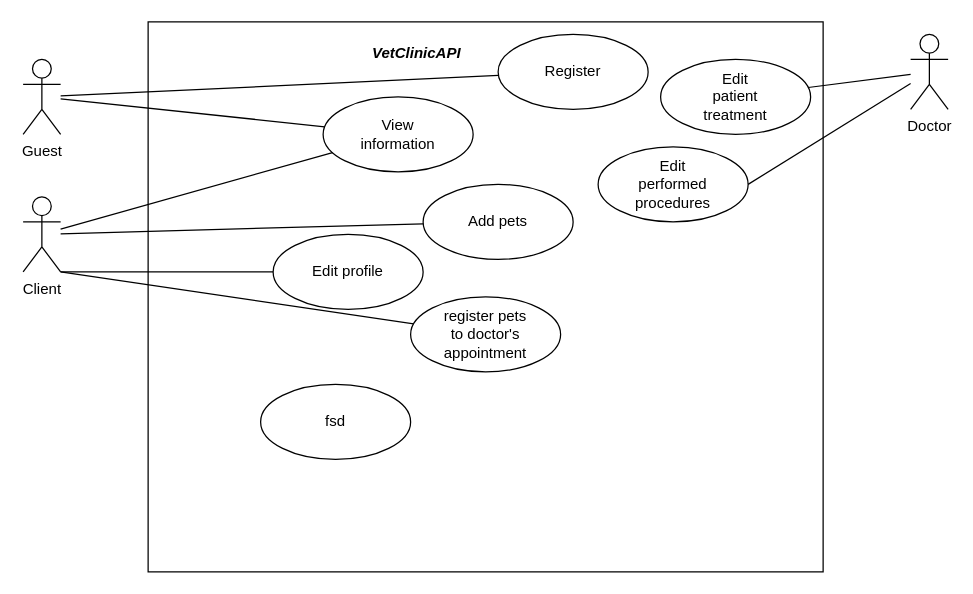
This is UseCases.drawio from TRybina132/vetClinic, a draw.io file, before an edit. Source tidied: cells renumbered, new cells numbered last; positions are measured from the earlier drawing's top-left corner, leaving out a move shared by most shapes. Both pictures are drawn from the tidied source at 125%, with x=0, y=0 at pixel (22, 21).
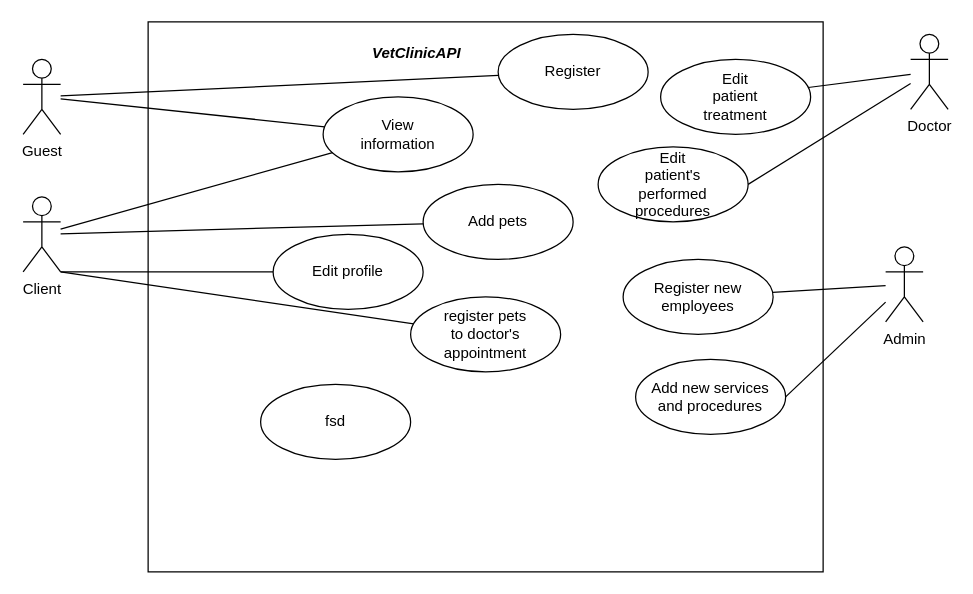
The same diagram, later.

Unchanged cells that the change refers to:
```xml
<mxCell id="34" style="group;" parent="1" vertex="1">
  <mxGeometry x="460" y="100" width="120" height="60" as="geometry" />
</mxCell>
```

The edit, as a diff of the source:
```diff
@@
-    <mxCell id="36" value="Edit performed procedures" style="text;html=1;strokeColor=none;fillColor=none;align=center;verticalAlign=middle;whiteSpace=wrap;rounded=0;" parent="34" vertex="1">
+    <mxCell id="36" value="&lt;div&gt;Edit &lt;br&gt;&lt;/div&gt;&lt;div&gt;patient's&lt;/div&gt;&lt;div&gt;performed procedures&lt;/div&gt;" style="text;html=1;strokeColor=none;fillColor=none;align=center;verticalAlign=middle;whiteSpace=wrap;rounded=0;" parent="34" vertex="1">
       <mxGeometry x="30" y="15" width="60" height="30" as="geometry" />
     </mxCell>
@@
+    <mxCell id="39" value="&lt;div&gt;Register new &lt;br&gt;&lt;/div&gt;&lt;div&gt;employees&lt;br&gt;&lt;/div&gt;" style="ellipse;whiteSpace=wrap;html=1;" parent="1" vertex="1">
+      <mxGeometry x="480" y="190" width="120" height="60" as="geometry" />
+    </mxCell>
+    <mxCell id="40" value="&lt;div&gt;Add new services&lt;/div&gt;&lt;div&gt;and procedures&lt;br&gt;&lt;/div&gt;" style="ellipse;whiteSpace=wrap;html=1;" parent="1" vertex="1">
+      <mxGeometry x="490" y="270" width="120" height="60" as="geometry" />
+    </mxCell>
+    <mxCell id="41" value="Admin" style="shape=umlActor;verticalLabelPosition=bottom;verticalAlign=top;html=1;outlineConnect=0;" parent="1" vertex="1">
+      <mxGeometry x="690" y="180" width="30" height="60" as="geometry" />
+    </mxCell>
+    <mxCell id="42" style="endArrow=none;html=1;rounded=0;" parent="1" edge="1" source="39" target="41">
+      <mxGeometry relative="1" as="geometry" />
+    </mxCell>
+    <mxCell id="43" style="endArrow=none;html=1;rounded=0;exitX=1;exitY=0.5;exitDx=0;exitDy=0;" parent="1" edge="1" source="40" target="41">
+      <mxGeometry relative="1" as="geometry" />
+    </mxCell>
```
